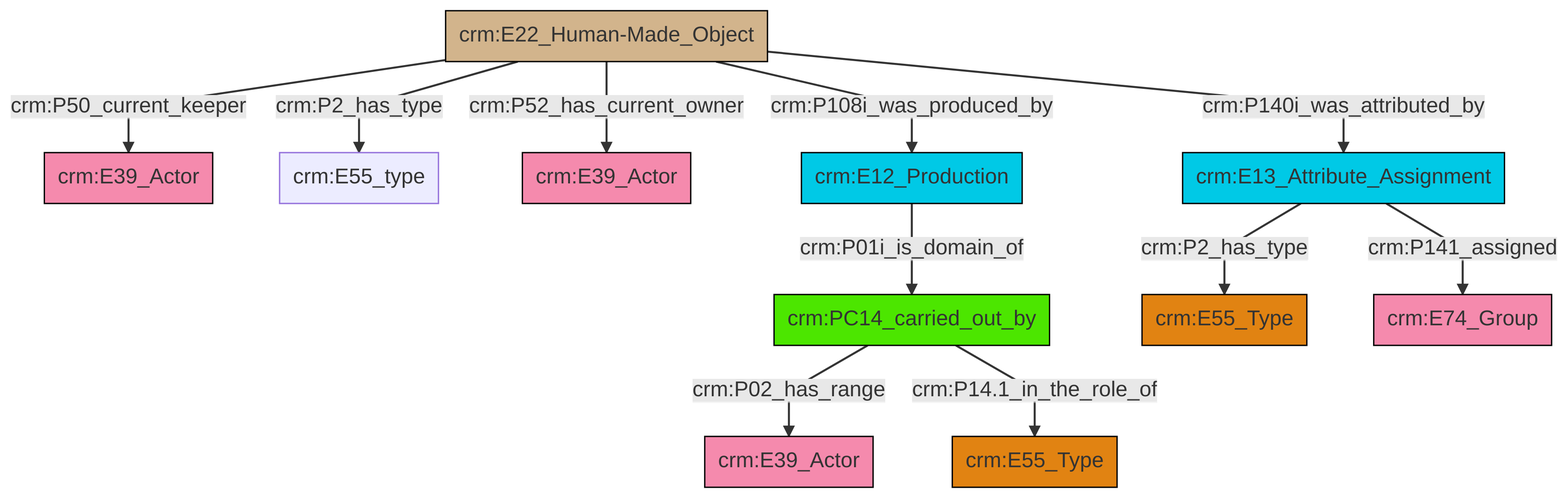
Above: et/artworkCSV/ttl/mmd/png/Artwork_Actor_Relations.png in swiss-art-research-net/reference-data-models (Mermaid), before the change. Its source is kept beside it as et/artworkCSV/ttl/mmd/Artwork_Actor_Relations.ttl.mmd. Its diagram source:
```mermaid
graph TD
classDef Literal fill:#f2f2f2,stroke:#000000;
classDef CRM_Entity fill:#FFFFFF,stroke:#000000;
classDef Temporal_Entity fill:#00C9E6, stroke:#000000;
classDef Type fill:#E18312, stroke:#000000;
classDef Time-Span fill:#2C9C91, stroke:#000000;
classDef Appellation fill:#FFEB7F, stroke:#000000;
classDef Place fill:#008836, stroke:#000000;
classDef Persistent_Item fill:#B266B2, stroke:#000000;
classDef Conceptual_Object fill:#FFD700, stroke:#000000;
classDef Physical_Thing fill:#D2B48C, stroke:#000000;
classDef Actor fill:#f58aad, stroke:#000000;
classDef PC_Classes fill:#4ce600, stroke:#000000;
classDef Multi fill:#cccccc,stroke:#000000;

0["crm:E22_Human-Made_Object"]:::Physical_Thing -->|crm:P50_current_keeper| 1["crm:E39_Actor"]:::Actor
0["crm:E22_Human-Made_Object"]:::Physical_Thing -->|crm:P2_has_type| 2["crm:E55_type"]:::Default
5["crm:PC14_carried_out_by"]:::PC_Classes -->|crm:P02_has_range| 6["crm:E39_Actor"]:::Actor
8["crm:E13_Attribute_Assignment"]:::Temporal_Entity -->|crm:P2_has_type| 9["crm:E55_Type"]:::Type
5["crm:PC14_carried_out_by"]:::PC_Classes -->|crm:P14.1_in_the_role_of| 12["crm:E55_Type"]:::Type
0["crm:E22_Human-Made_Object"]:::Physical_Thing -->|crm:P52_has_current_owner| 3["crm:E39_Actor"]:::Actor
13["crm:E12_Production"]:::Temporal_Entity -->|crm:P01i_is_domain_of| 5["crm:PC14_carried_out_by"]:::PC_Classes
0["crm:E22_Human-Made_Object"]:::Physical_Thing -->|crm:P108i_was_produced_by| 13["crm:E12_Production"]:::Temporal_Entity
0["crm:E22_Human-Made_Object"]:::Physical_Thing -->|crm:P140i_was_attributed_by| 8["crm:E13_Attribute_Assignment"]:::Temporal_Entity
8["crm:E13_Attribute_Assignment"]:::Temporal_Entity -->|crm:P141_assigned| 19["crm:E74_Group"]:::Actor
```
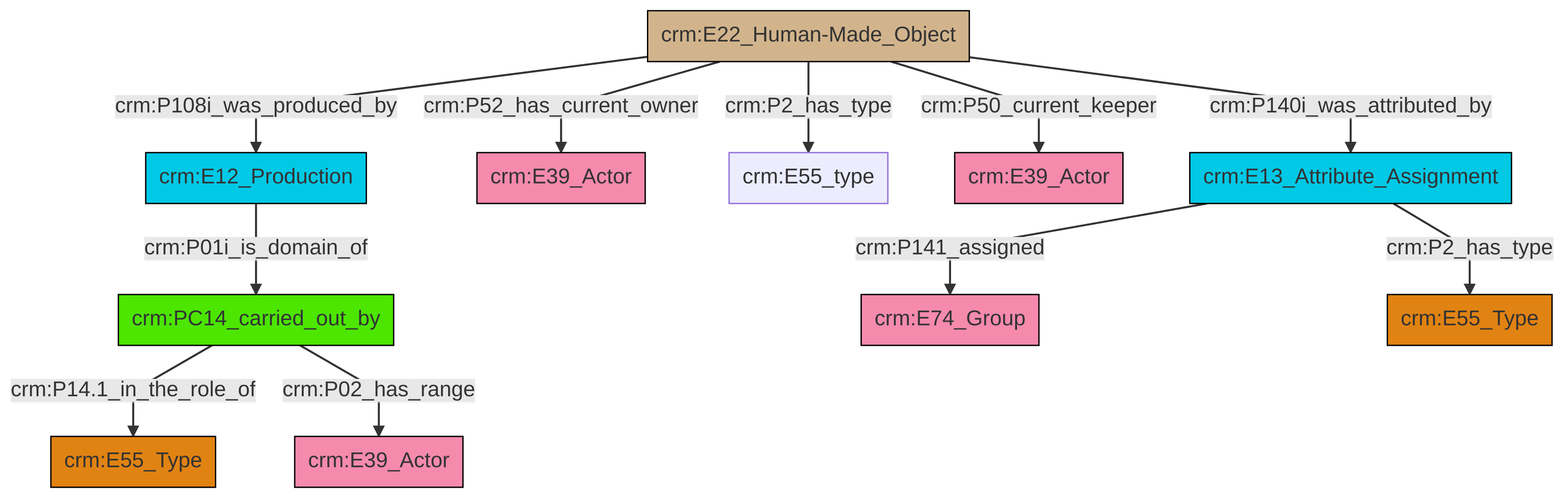
Later version of the same file.

Diff of the diagram source:
```diff
@@ -13,13 +13,13 @@
 classDef PC_Classes fill:#4ce600, stroke:#000000;
 classDef Multi fill:#cccccc,stroke:#000000;
 
-0["crm:E22_Human-Made_Object"]:::Physical_Thing -->|crm:P50_current_keeper| 1["crm:E39_Actor"]:::Actor
-0["crm:E22_Human-Made_Object"]:::Physical_Thing -->|crm:P2_has_type| 2["crm:E55_type"]:::Default
-5["crm:PC14_carried_out_by"]:::PC_Classes -->|crm:P02_has_range| 6["crm:E39_Actor"]:::Actor
-8["crm:E13_Attribute_Assignment"]:::Temporal_Entity -->|crm:P2_has_type| 9["crm:E55_Type"]:::Type
-5["crm:PC14_carried_out_by"]:::PC_Classes -->|crm:P14.1_in_the_role_of| 12["crm:E55_Type"]:::Type
-0["crm:E22_Human-Made_Object"]:::Physical_Thing -->|crm:P52_has_current_owner| 3["crm:E39_Actor"]:::Actor
-13["crm:E12_Production"]:::Temporal_Entity -->|crm:P01i_is_domain_of| 5["crm:PC14_carried_out_by"]:::PC_Classes
-0["crm:E22_Human-Made_Object"]:::Physical_Thing -->|crm:P108i_was_produced_by| 13["crm:E12_Production"]:::Temporal_Entity
-0["crm:E22_Human-Made_Object"]:::Physical_Thing -->|crm:P140i_was_attributed_by| 8["crm:E13_Attribute_Assignment"]:::Temporal_Entity
-8["crm:E13_Attribute_Assignment"]:::Temporal_Entity -->|crm:P141_assigned| 19["crm:E74_Group"]:::Actor
+6["crm:E22_Human-Made_Object"]:::Physical_Thing -->|crm:P108i_was_produced_by| 7["crm:E12_Production"]:::Temporal_Entity
+6["crm:E22_Human-Made_Object"]:::Physical_Thing -->|crm:P52_has_current_owner| 2["crm:E39_Actor"]:::Actor
+10["crm:PC14_carried_out_by"]:::PC_Classes -->|crm:P14.1_in_the_role_of| 11["crm:E55_Type"]:::Type
+6["crm:E22_Human-Made_Object"]:::Physical_Thing -->|crm:P2_has_type| 0["crm:E55_type"]:::Default
+17["crm:E13_Attribute_Assignment"]:::Temporal_Entity -->|crm:P141_assigned| 4["crm:E74_Group"]:::Actor
+17["crm:E13_Attribute_Assignment"]:::Temporal_Entity -->|crm:P2_has_type| 13["crm:E55_Type"]:::Type
+6["crm:E22_Human-Made_Object"]:::Physical_Thing -->|crm:P50_current_keeper| 15["crm:E39_Actor"]:::Actor
+6["crm:E22_Human-Made_Object"]:::Physical_Thing -->|crm:P140i_was_attributed_by| 17["crm:E13_Attribute_Assignment"]:::Temporal_Entity
+7["crm:E12_Production"]:::Temporal_Entity -->|crm:P01i_is_domain_of| 10["crm:PC14_carried_out_by"]:::PC_Classes
+10["crm:PC14_carried_out_by"]:::PC_Classes -->|crm:P02_has_range| 8["crm:E39_Actor"]:::Actor
```
